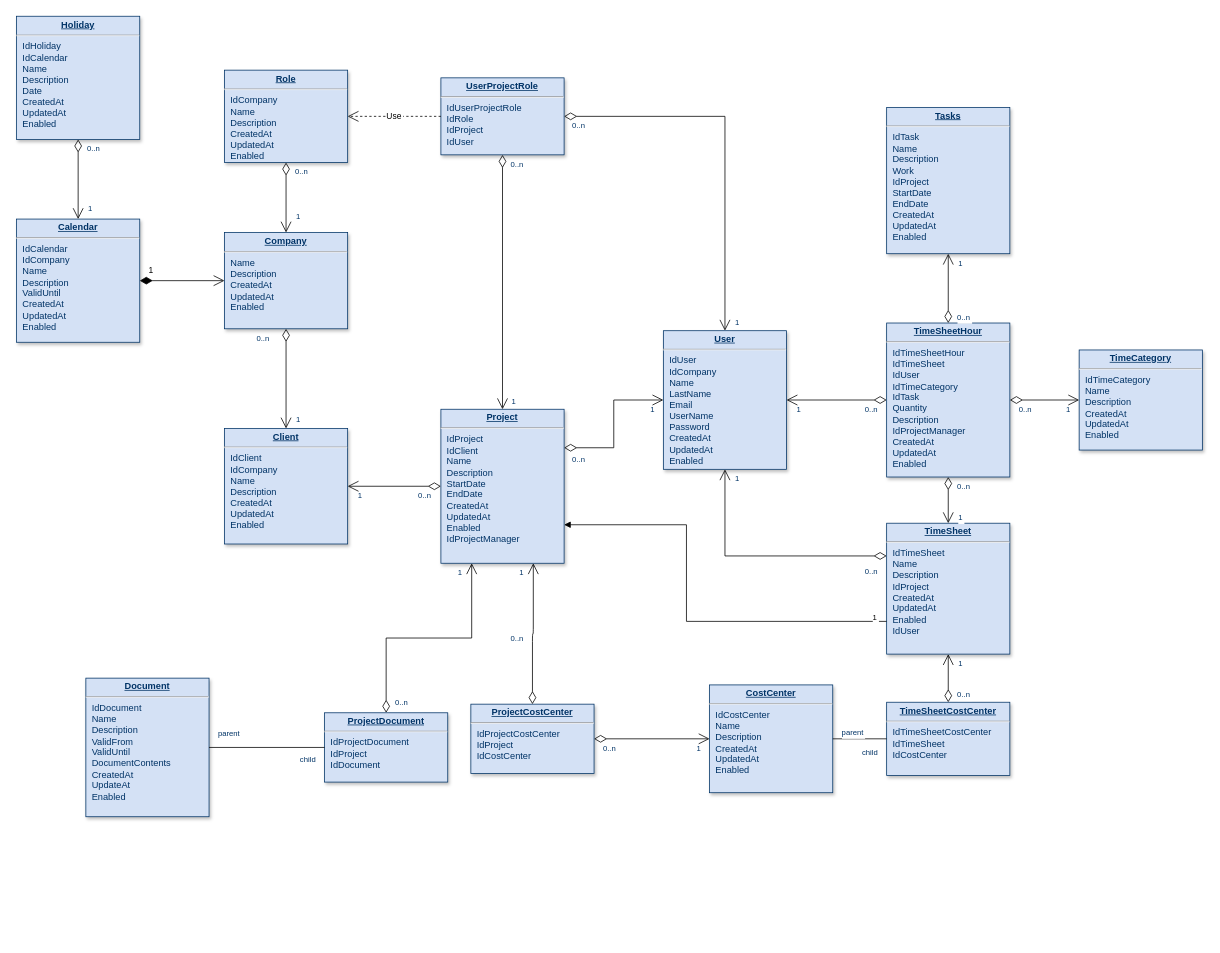
yiyongyao2018/draw keeps this draw.io diagram as 未命名绘图.drawio. Above is the earlier version. Source tidied: cells renumbered, new cells numbered last; positions are measured from the earlier drawing's top-left corner, leaving out a move shared by most shapes. Both pictures are drawn from the tidied source at 77%, with x=0, y=0 at pixel (16, 16).
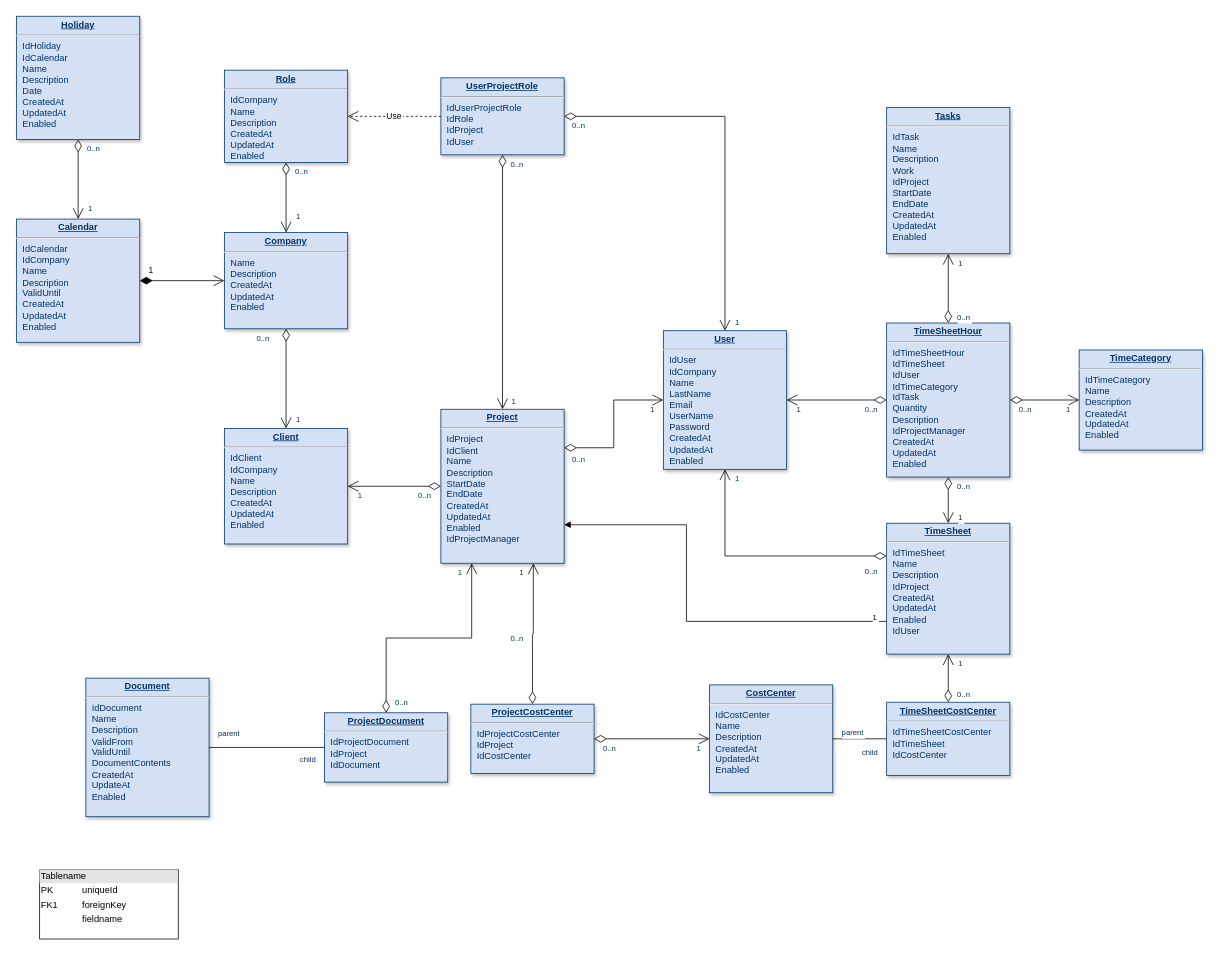
The same page after the edit.

Commit message:
更新未命名绘图.drawio

What changed in the source:
```diff
@@
+    <mxCell id="77" value="&lt;div style=&quot;box-sizing:border-box;width:100%;background:#e4e4e4;padding:2px;&quot;&gt;Tablename&lt;/div&gt;&lt;table style=&quot;width:100%;font-size:1em;&quot; cellpadding=&quot;2&quot; cellspacing=&quot;0&quot;&gt;&lt;tr&gt;&lt;td&gt;PK&lt;/td&gt;&lt;td&gt;uniqueId&lt;/td&gt;&lt;/tr&gt;&lt;tr&gt;&lt;td&gt;FK1&lt;/td&gt;&lt;td&gt;foreignKey&lt;/td&gt;&lt;/tr&gt;&lt;tr&gt;&lt;td&gt;&lt;/td&gt;&lt;td&gt;fieldname&lt;/td&gt;&lt;/tr&gt;&lt;/table&gt;" style="verticalAlign=top;align=left;overflow=fill;html=1;whiteSpace=wrap;" parent="1" vertex="1">
+      <mxGeometry x="30" y="1108" width="180" height="90" as="geometry" />
+    </mxCell>
```
